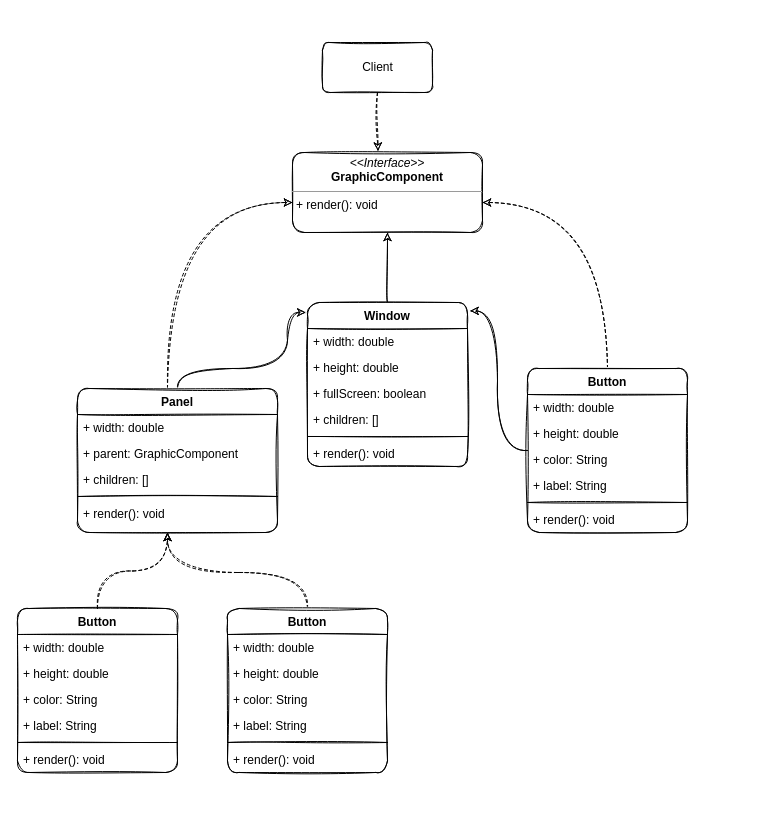
This is page "composite" (7 of 10) of src/ro/developmentfactory/uml.drawio from development-factory/design-patterns-examples, a draw.io file, before an edit. Source tidied: cells renumbered, new cells numbered last; positions are measured from the earlier drawing's top-left corner, leaving out a move shared by most shapes. Both pictures are drawn from the tidied source at 100%, with x=0, y=0 at pixel (17, 42).
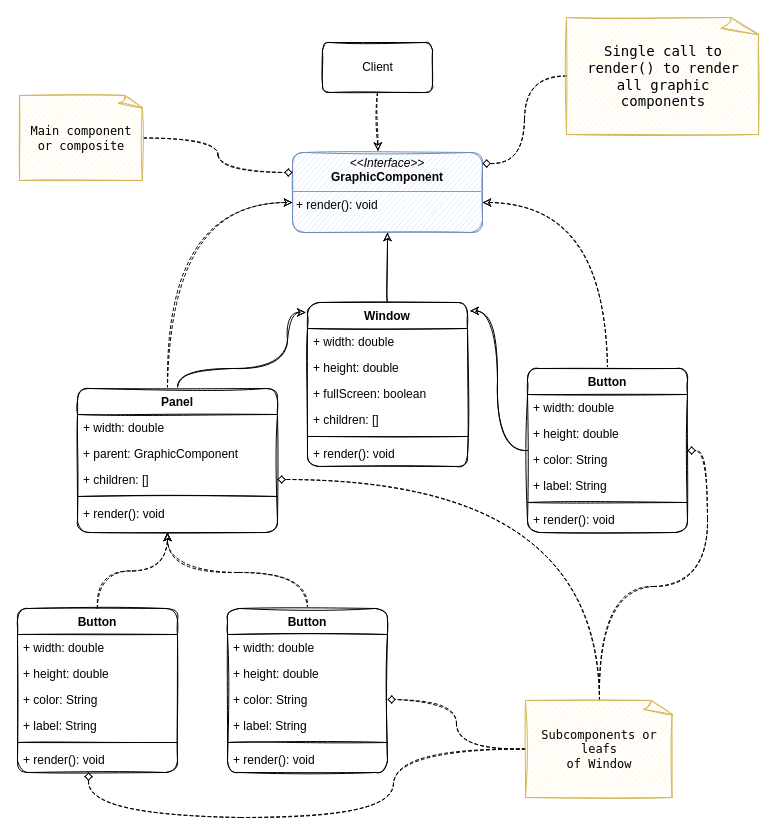
Above is the later version.

Unchanged cells that the change refers to:
```xml
<mxCell id="22" value="+ children: []" style="text;strokeColor=none;fillColor=none;align=left;verticalAlign=top;spacingLeft=4;spacingRight=4;overflow=hidden;points=[[0,0.5],[1,0.5]];portConstraint=eastwest;rounded=1;sketch=1;" parent="19" vertex="1">
  <mxGeometry y="78" width="200" height="26" as="geometry" />
</mxCell>
<mxCell id="28" value="+ color: String" style="text;strokeColor=none;fillColor=none;align=left;verticalAlign=top;spacingLeft=4;spacingRight=4;overflow=hidden;points=[[0,0.5],[1,0.5]];portConstraint=eastwest;rounded=1;sketch=1;" parent="25" vertex="1">
  <mxGeometry y="78" width="160" height="26" as="geometry" />
</mxCell>
<mxCell id="38" value="+ render(): void" style="text;align=left;verticalAlign=top;spacingLeft=4;spacingRight=4;overflow=hidden;points=[[0,0.5],[1,0.5]];portConstraint=eastwest;rounded=1;sketch=1;" parent="32" vertex="1">
  <mxGeometry y="138" width="160" height="26" as="geometry" />
</mxCell>
<mxCell id="42" value="+ color: String" style="text;strokeColor=none;fillColor=none;align=left;verticalAlign=top;spacingLeft=4;spacingRight=4;overflow=hidden;points=[[0,0.5],[1,0.5]];portConstraint=eastwest;rounded=1;sketch=1;" parent="39" vertex="1">
  <mxGeometry y="78" width="160" height="26" as="geometry" />
</mxCell>
```

What changed in the source:
```diff
@@
-    <mxCell id="4" value="&lt;p style=&quot;margin: 0px ; margin-top: 4px ; text-align: center&quot;&gt;&lt;i&gt;&amp;lt;&amp;lt;Interface&amp;gt;&amp;gt;&lt;/i&gt;&lt;br&gt;&lt;b&gt;GraphicComponent&lt;/b&gt;&lt;/p&gt;&lt;hr size=&quot;1&quot;&gt;&lt;p style=&quot;margin: 0px ; margin-left: 4px&quot;&gt;+ render(): void&lt;/p&gt;" style="verticalAlign=top;align=left;overflow=fill;fontSize=12;fontFamily=Helvetica;html=1;rounded=1;sketch=1;" parent="1" vertex="1">
+    <mxCell id="4" value="&lt;p style=&quot;margin: 0px ; margin-top: 4px ; text-align: center&quot;&gt;&lt;i&gt;&amp;lt;&amp;lt;Interface&amp;gt;&amp;gt;&lt;/i&gt;&lt;br&gt;&lt;b&gt;GraphicComponent&lt;/b&gt;&lt;/p&gt;&lt;hr size=&quot;1&quot;&gt;&lt;p style=&quot;margin: 0px ; margin-left: 4px&quot;&gt;+ render(): void&lt;/p&gt;" style="verticalAlign=top;align=left;overflow=fill;fontSize=12;fontFamily=Helvetica;html=1;rounded=1;sketch=1;fillColor=#dae8fc;strokeColor=#6c8ebf;" parent="1" vertex="1">
       <mxGeometry x="275" y="110" width="190" height="80" as="geometry" />
     </mxCell>
@@
+    <mxCell id="46" style="edgeStyle=orthogonalEdgeStyle;rounded=0;jettySize=auto;html=1;endArrow=diamond;endFill=0;curved=1;sketch=1;dashed=1;" parent="1" edge="1" source="50" target="22">
+      <mxGeometry relative="1" as="geometry" />
+    </mxCell>
+    <mxCell id="47" style="edgeStyle=orthogonalEdgeStyle;curved=1;rounded=0;sketch=1;jettySize=auto;html=1;entryX=1;entryY=0.154;entryDx=0;entryDy=0;entryPerimeter=0;dashed=1;endArrow=diamond;endFill=0;" parent="1" edge="1" source="50" target="28">
+      <mxGeometry relative="1" as="geometry" />
+    </mxCell>
+    <mxCell id="48" style="edgeStyle=orthogonalEdgeStyle;curved=1;rounded=0;sketch=1;jettySize=auto;html=1;entryX=0.444;entryY=1;entryDx=0;entryDy=0;entryPerimeter=0;dashed=1;endArrow=diamond;endFill=0;" parent="1" edge="1" source="50" target="38">
+      <mxGeometry relative="1" as="geometry">
+        <Array as="points">
+          <mxPoint x="376" y="707" />
+          <mxPoint x="376" y="775" />
+          <mxPoint x="71" y="775" />
+        </Array>
+      </mxGeometry>
+    </mxCell>
+    <mxCell id="49" style="edgeStyle=orthogonalEdgeStyle;curved=1;rounded=0;sketch=1;jettySize=auto;html=1;entryX=1;entryY=0.5;entryDx=0;entryDy=0;dashed=1;endArrow=diamond;endFill=0;" parent="1" edge="1" source="50" target="42">
+      <mxGeometry relative="1" as="geometry" />
+    </mxCell>
+    <mxCell id="50" value="&lt;font face=&quot;Lucida Console&quot;&gt;Subcomponents or leafs&lt;br&gt;of Window&lt;/font&gt;" style="whiteSpace=wrap;html=1;shape=mxgraph.basic.document;sketch=1;fillColor=#fff2cc;strokeColor=#d6b656;" parent="1" vertex="1">
+      <mxGeometry x="508" y="658" width="148" height="97" as="geometry" />
+    </mxCell>
+    <mxCell id="51" style="edgeStyle=orthogonalEdgeStyle;curved=1;rounded=0;sketch=1;jettySize=auto;html=1;entryX=0;entryY=0.25;entryDx=0;entryDy=0;dashed=1;endArrow=diamond;endFill=0;" parent="1" edge="1" source="52" target="4">
+      <mxGeometry relative="1" as="geometry" />
+    </mxCell>
+    <mxCell id="52" value="&lt;font face=&quot;Lucida Console&quot;&gt;Main component or composite&lt;/font&gt;" style="whiteSpace=wrap;html=1;shape=mxgraph.basic.document;sketch=1;fillColor=#fff2cc;strokeColor=#d6b656;" parent="1" vertex="1">
+      <mxGeometry x="2" y="53" width="124" height="85" as="geometry" />
+    </mxCell>
+    <mxCell id="53" style="edgeStyle=orthogonalEdgeStyle;curved=1;rounded=0;sketch=1;jettySize=auto;html=1;entryX=1;entryY=0.138;entryDx=0;entryDy=0;entryPerimeter=0;dashed=1;fontFamily=Lucida Console;endArrow=diamond;endFill=0;" parent="1" edge="1" source="54" target="4">
+      <mxGeometry relative="1" as="geometry" />
+    </mxCell>
+    <mxCell id="54" value="&lt;font face=&quot;Lucida Console&quot; style=&quot;font-size: 14px;&quot;&gt;Single call to render() to render all graphic components&lt;/font&gt;" style="whiteSpace=wrap;html=1;shape=mxgraph.basic.document;sketch=1;fillColor=#fff2cc;strokeColor=#d6b656;spacingLeft=5;spacingRight=5;fontSize=14;" parent="1" vertex="1">
+      <mxGeometry x="549" y="-25" width="194" height="117" as="geometry" />
+    </mxCell>
```
